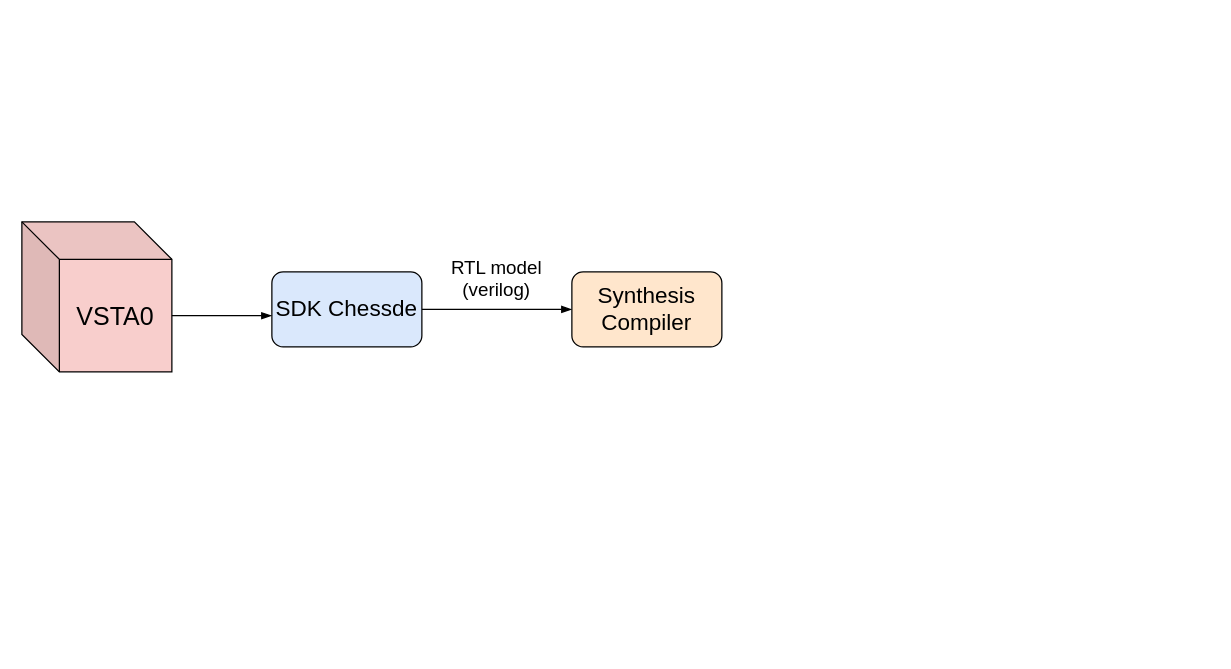
Above: Synthesis.drawio in hoangtv2000/document-collection (draw.io), before the change. Source tidied: cells renumbered, new cells numbered last; positions are measured from the earlier drawing's top-left corner, leaving out a move shared by most shapes. Both pictures are drawn from the tidied source at 125%, with x=0, y=0 at pixel (21, 221).
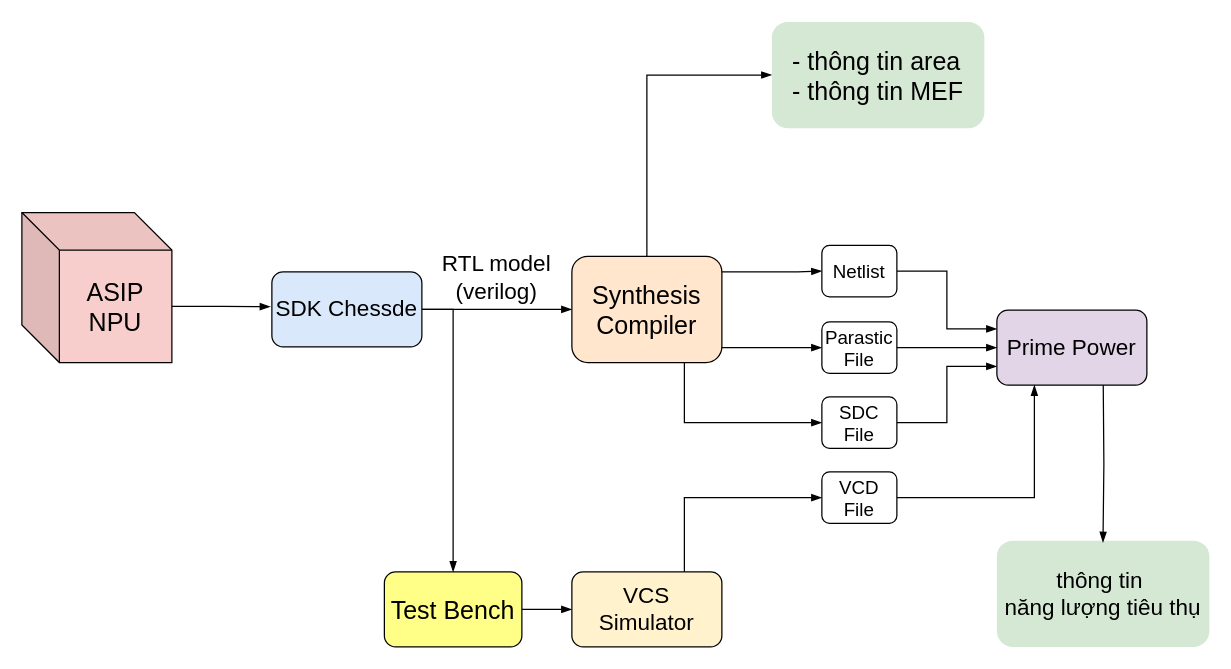
Above is the later version.

Unchanged cells that the change refers to:
```xml
<mxCell id="4" value="&lt;font style=&quot;font-size: 18px;&quot;&gt;SDK Chessde&lt;/font&gt;" style="rounded=1;whiteSpace=wrap;html=1;fillColor=#dae8fc;strokeColor=default;" parent="1" vertex="1">
  <mxGeometry x="200" y="40" width="120" height="60" as="geometry" />
</mxCell>
```

What changed in the source:
```diff
@@
-    <mxCell id="2" value="&lt;font style=&quot;font-size: 20px;&quot;&gt;VSTA0&lt;/font&gt;" style="shape=cube;whiteSpace=wrap;html=1;boundedLbl=1;backgroundOutline=1;darkOpacity=0.05;darkOpacity2=0.1;size=30;fillColor=#f8cecc;strokeColor=default;" parent="1" vertex="1">
-      <mxGeometry width="120" height="120" as="geometry" />
+    <mxCell id="2" value="&lt;span style=&quot;font-size: 20px;&quot;&gt;ASIP&lt;/span&gt;&lt;div&gt;&lt;span style=&quot;font-size: 20px;&quot;&gt;NPU&lt;/span&gt;&lt;/div&gt;" style="shape=cube;whiteSpace=wrap;html=1;boundedLbl=1;backgroundOutline=1;darkOpacity=0.05;darkOpacity2=0.1;size=30;fillColor=#f8cecc;strokeColor=default;" parent="1" vertex="1">
+      <mxGeometry y="-7.5" width="120" height="120" as="geometry" />
     </mxCell>
@@
+    <mxCell id="8" style="edgeStyle=orthogonalEdgeStyle;shape=connector;rounded=0;jettySize=auto;html=1;exitX=1;exitY=0.5;exitDx=0;exitDy=0;strokeColor=default;align=center;verticalAlign=middle;fontFamily=Helvetica;fontSize=11;fontColor=default;labelBackgroundColor=default;endArrow=blockThin;endFill=1;" parent="1" edge="1" source="4" target="13">
+      <mxGeometry relative="1" as="geometry" />
+    </mxCell>
@@
+    <mxCell id="9" style="edgeStyle=orthogonalEdgeStyle;shape=connector;rounded=0;jettySize=auto;html=1;exitX=0.5;exitY=0;exitDx=0;exitDy=0;entryX=0;entryY=0.5;entryDx=0;entryDy=0;strokeColor=default;align=center;verticalAlign=middle;fontFamily=Helvetica;fontSize=11;fontColor=default;labelBackgroundColor=default;endArrow=blockThin;endFill=1;" parent="1" edge="1" source="5" target="14">
+      <mxGeometry relative="1" as="geometry" />
+    </mxCell>
+    <mxCell id="10" style="shape=connector;rounded=0;jettySize=auto;html=1;entryX=0;entryY=0.5;entryDx=0;entryDy=0;strokeColor=default;align=center;verticalAlign=middle;fontFamily=Helvetica;fontSize=11;fontColor=default;labelBackgroundColor=default;endArrow=blockThin;endFill=1;exitX=1;exitY=0.5;exitDx=0;exitDy=0;" parent="1" edge="1" target="18">
+      <mxGeometry relative="1" as="geometry">
+        <mxPoint x="560" y="100.6" as="sourcePoint" />
+      </mxGeometry>
+    </mxCell>
+    <mxCell id="11" style="edgeStyle=orthogonalEdgeStyle;shape=connector;rounded=0;jettySize=auto;html=1;exitX=0.75;exitY=1;exitDx=0;exitDy=0;entryX=0;entryY=0.5;entryDx=0;entryDy=0;strokeColor=default;align=center;verticalAlign=middle;fontFamily=Helvetica;fontSize=11;fontColor=default;labelBackgroundColor=default;endArrow=blockThin;endFill=1;" parent="1" edge="1" source="5" target="20">
+      <mxGeometry relative="1" as="geometry" />
+    </mxCell>
-    <mxCell id="5" value="&lt;font style=&quot;font-size: 18px;&quot;&gt;Synthesis Compiler&lt;/font&gt;" style="rounded=1;whiteSpace=wrap;html=1;fillColor=#ffe6cc;strokeColor=default;" parent="1" vertex="1">
-      <mxGeometry x="440" y="40" width="120" height="60" as="geometry" />
+    <mxCell id="5" value="&lt;font style=&quot;font-size: 20px;&quot;&gt;Synthesis Compiler&lt;/font&gt;" style="rounded=1;whiteSpace=wrap;html=1;fillColor=#ffe6cc;strokeColor=default;" parent="1" vertex="1">
+      <mxGeometry x="440" y="27.5" width="120" height="85" as="geometry" />
     </mxCell>
-    <mxCell id="6" value="&lt;font style=&quot;font-size: 15px;&quot;&gt;RTL model&lt;br&gt;(verilog)&lt;/font&gt;" style="text;html=1;align=center;verticalAlign=middle;whiteSpace=wrap;rounded=0;" parent="1" vertex="1">
+    <mxCell id="6" value="&lt;font style=&quot;font-size: 18px;&quot;&gt;RTL model&lt;br&gt;(verilog)&lt;/font&gt;" style="text;html=1;align=center;verticalAlign=middle;whiteSpace=wrap;rounded=0;" parent="1" vertex="1">
       <mxGeometry x="320" y="30" width="120" height="30" as="geometry" />
     </mxCell>
+    <mxCell id="12" style="edgeStyle=orthogonalEdgeStyle;shape=connector;rounded=0;jettySize=auto;html=1;entryX=0;entryY=0.5;entryDx=0;entryDy=0;strokeColor=default;align=center;verticalAlign=middle;fontFamily=Helvetica;fontSize=11;fontColor=default;labelBackgroundColor=default;endArrow=blockThin;endFill=1;" parent="1" edge="1" source="13" target="24">
+      <mxGeometry relative="1" as="geometry" />
+    </mxCell>
+    <mxCell id="13" value="&lt;font style=&quot;font-size: 20px;&quot;&gt;Test Bench&lt;/font&gt;" style="rounded=1;whiteSpace=wrap;html=1;fillColor=#ffff88;strokeColor=default;" parent="1" vertex="1">
+      <mxGeometry x="290" y="280" width="110" height="60" as="geometry" />
+    </mxCell>
+    <mxCell id="14" value="&lt;div style=&quot;text-align: left;&quot;&gt;&lt;span style=&quot;background-color: initial; font-size: 20px;&quot;&gt;- thông tin area&lt;/span&gt;&lt;br&gt;&lt;span style=&quot;background-color: initial; font-size: 20px;&quot;&gt;- thông tin MEF&lt;/span&gt;&lt;br&gt;&lt;/div&gt;" style="rounded=1;whiteSpace=wrap;html=1;fillColor=#d5e8d4;strokeColor=none;" parent="1" vertex="1">
+      <mxGeometry x="600" y="-160" width="170" height="85" as="geometry" />
+    </mxCell>
-    <mxCell id="7" style="edgeStyle=orthogonalEdgeStyle;shape=connector;rounded=0;jettySize=auto;html=1;exitX=0;exitY=0;exitDx=120;exitDy=75;exitPerimeter=0;entryX=0;entryY=0.584;entryDx=0;entryDy=0;entryPerimeter=0;strokeColor=default;align=center;verticalAlign=middle;fontFamily=Helvetica;fontSize=11;fontColor=default;labelBackgroundColor=default;endArrow=blockThin;endFill=1;" parent="1" edge="1" source="2" target="4">
+    <mxCell id="7" style="edgeStyle=orthogonalEdgeStyle;shape=connector;rounded=0;jettySize=auto;html=1;exitX=0;exitY=0;exitDx=120;exitDy=75;exitPerimeter=0;entryX=-0.01;entryY=0.465;entryDx=0;entryDy=0;entryPerimeter=0;strokeColor=default;align=center;verticalAlign=middle;fontFamily=Helvetica;fontSize=11;fontColor=default;labelBackgroundColor=default;endArrow=blockThin;endFill=1;" parent="1" edge="1" source="2" target="4">
       <mxGeometry relative="1" as="geometry" />
     </mxCell>
+    <mxCell id="15" style="edgeStyle=orthogonalEdgeStyle;shape=connector;rounded=0;jettySize=auto;html=1;exitX=1;exitY=0.25;exitDx=0;exitDy=0;entryX=0;entryY=0.5;entryDx=0;entryDy=0;strokeColor=default;align=center;verticalAlign=middle;fontFamily=Helvetica;fontSize=11;fontColor=default;labelBackgroundColor=default;endArrow=blockThin;endFill=1;" parent="1" edge="1" target="17">
+      <mxGeometry relative="1" as="geometry">
+        <mxPoint x="560" y="40" as="sourcePoint" />
+        <Array as="points">
+          <mxPoint x="621" y="40" />
+        </Array>
+      </mxGeometry>
+    </mxCell>
+    <mxCell id="16" style="edgeStyle=orthogonalEdgeStyle;shape=connector;rounded=0;jettySize=auto;html=1;exitX=1;exitY=0.5;exitDx=0;exitDy=0;entryX=0;entryY=0.25;entryDx=0;entryDy=0;strokeColor=default;align=center;verticalAlign=middle;fontFamily=Helvetica;fontSize=11;fontColor=default;labelBackgroundColor=default;endArrow=blockThin;endFill=1;" parent="1" edge="1" source="17" target="21">
+      <mxGeometry relative="1" as="geometry" />
+    </mxCell>
+    <mxCell id="17" value="&lt;font style=&quot;font-size: 15px;&quot;&gt;Netlist&lt;/font&gt;" style="rounded=1;whiteSpace=wrap;html=1;fontFamily=Helvetica;fontSize=11;fontColor=default;labelBackgroundColor=default;" parent="1" vertex="1">
+      <mxGeometry x="640" y="18.8" width="60" height="41.2" as="geometry" />
+    </mxCell>
+    <mxCell id="18" value="&lt;font style=&quot;font-size: 15px;&quot;&gt;Parastic&lt;/font&gt;&lt;div style=&quot;font-size: 15px;&quot;&gt;&lt;font style=&quot;font-size: 15px;&quot;&gt;File&lt;/font&gt;&lt;/div&gt;" style="rounded=1;whiteSpace=wrap;html=1;fontFamily=Helvetica;fontSize=11;fontColor=default;labelBackgroundColor=default;" parent="1" vertex="1">
+      <mxGeometry x="640" y="80" width="60" height="41.2" as="geometry" />
+    </mxCell>
+    <mxCell id="19" style="edgeStyle=orthogonalEdgeStyle;shape=connector;rounded=0;jettySize=auto;html=1;entryX=0;entryY=0.75;entryDx=0;entryDy=0;strokeColor=default;align=center;verticalAlign=middle;fontFamily=Helvetica;fontSize=11;fontColor=default;labelBackgroundColor=default;endArrow=blockThin;endFill=1;" parent="1" edge="1" source="20" target="21">
+      <mxGeometry relative="1" as="geometry" />
+    </mxCell>
+    <mxCell id="20" value="&lt;span style=&quot;font-size: 15px;&quot;&gt;SDC&lt;/span&gt;&lt;div&gt;&lt;span style=&quot;font-size: 15px;&quot;&gt;File&lt;/span&gt;&lt;/div&gt;" style="rounded=1;whiteSpace=wrap;html=1;fontFamily=Helvetica;fontSize=11;fontColor=default;labelBackgroundColor=default;" parent="1" vertex="1">
+      <mxGeometry x="640" y="140" width="60" height="41.2" as="geometry" />
+    </mxCell>
+    <mxCell id="21" value="&lt;font style=&quot;font-size: 18px;&quot;&gt;Prime Power&lt;/font&gt;" style="rounded=1;whiteSpace=wrap;html=1;fillColor=#e1d5e7;strokeColor=default;" parent="1" vertex="1">
+      <mxGeometry x="780" y="70.6" width="120" height="60" as="geometry" />
+    </mxCell>
+    <mxCell id="22" style="edgeStyle=orthogonalEdgeStyle;shape=connector;rounded=0;jettySize=auto;html=1;strokeColor=default;align=center;verticalAlign=middle;fontFamily=Helvetica;fontSize=11;fontColor=default;labelBackgroundColor=default;endArrow=blockThin;endFill=1;entryX=0;entryY=0.5;entryDx=0;entryDy=0;" parent="1" edge="1" source="18" target="21">
+      <mxGeometry relative="1" as="geometry" />
+    </mxCell>
+    <mxCell id="23" style="edgeStyle=orthogonalEdgeStyle;shape=connector;rounded=0;jettySize=auto;html=1;exitX=0.75;exitY=0;exitDx=0;exitDy=0;entryX=0;entryY=0.5;entryDx=0;entryDy=0;strokeColor=default;align=center;verticalAlign=middle;fontFamily=Helvetica;fontSize=11;fontColor=default;labelBackgroundColor=default;endArrow=blockThin;endFill=1;" parent="1" edge="1" source="24" target="26">
+      <mxGeometry relative="1" as="geometry" />
+    </mxCell>
+    <mxCell id="24" value="&lt;font style=&quot;font-size: 18px;&quot;&gt;VCS Simulator&lt;/font&gt;" style="rounded=1;whiteSpace=wrap;html=1;fillColor=#fff2cc;strokeColor=default;" parent="1" vertex="1">
+      <mxGeometry x="440" y="280" width="120" height="60" as="geometry" />
+    </mxCell>
+    <mxCell id="25" style="edgeStyle=orthogonalEdgeStyle;shape=connector;rounded=0;jettySize=auto;html=1;entryX=0.25;entryY=1;entryDx=0;entryDy=0;strokeColor=default;align=center;verticalAlign=middle;fontFamily=Helvetica;fontSize=11;fontColor=default;labelBackgroundColor=default;endArrow=blockThin;endFill=1;" parent="1" edge="1" source="26" target="21">
+      <mxGeometry relative="1" as="geometry" />
+    </mxCell>
+    <mxCell id="26" value="&lt;span style=&quot;font-size: 15px;&quot;&gt;VCD&lt;/span&gt;&lt;div&gt;&lt;span style=&quot;font-size: 15px;&quot;&gt;File&lt;/span&gt;&lt;/div&gt;" style="rounded=1;whiteSpace=wrap;html=1;fontFamily=Helvetica;fontSize=11;fontColor=default;labelBackgroundColor=default;" parent="1" vertex="1">
+      <mxGeometry x="640" y="200" width="60" height="41.2" as="geometry" />
+    </mxCell>
+    <mxCell id="27" value="&lt;div style=&quot;font-size: 18px;&quot;&gt;&lt;font style=&quot;font-size: 18px;&quot;&gt;thông tin&amp;nbsp;&lt;/font&gt;&lt;/div&gt;&lt;div style=&quot;font-size: 18px;&quot;&gt;&lt;font style=&quot;font-size: 18px;&quot;&gt;năng lượng tiêu thụ&lt;/font&gt;&lt;/div&gt;" style="rounded=1;whiteSpace=wrap;html=1;fillColor=#d5e8d4;strokeColor=none;align=center;" parent="1" vertex="1">
+      <mxGeometry x="780" y="255" width="170" height="85" as="geometry" />
+    </mxCell>
+    <mxCell id="28" style="edgeStyle=orthogonalEdgeStyle;shape=connector;rounded=0;orthogonalLoop=1;jettySize=auto;html=1;exitX=0.75;exitY=1;exitDx=0;exitDy=0;entryX=0.528;entryY=0.016;entryDx=0;entryDy=0;entryPerimeter=0;strokeColor=default;align=center;verticalAlign=middle;fontFamily=Helvetica;fontSize=11;fontColor=default;labelBackgroundColor=default;endArrow=blockThin;endFill=1;" parent="1" edge="1">
+      <mxGeometry relative="1" as="geometry">
+        <mxPoint x="865.1" y="130.6" as="sourcePoint" />
+        <mxPoint x="864.9" y="256.4" as="targetPoint" />
+      </mxGeometry>
+    </mxCell>
```
